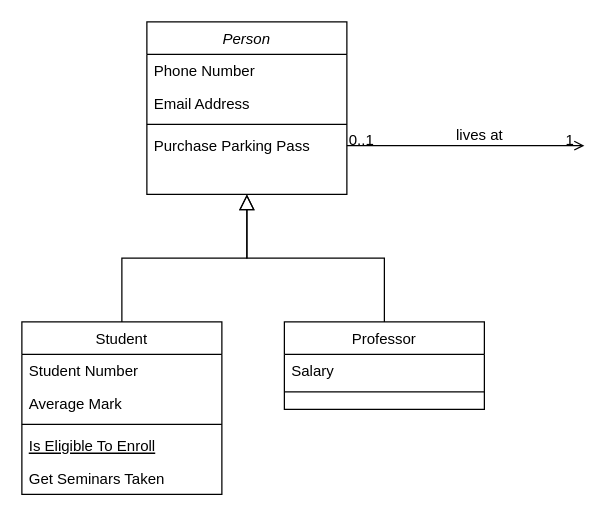
The draw.io diagram Class Diagram.drawio in Misterpetchz/Object_Oriented_Project, before the edit. Source tidied: cells renumbered, new cells numbered last; positions are measured from the earlier drawing's top-left corner, leaving out a move shared by most shapes. Both pictures are drawn from the tidied source at 125%, with x=0, y=0 at pixel (21, 21).
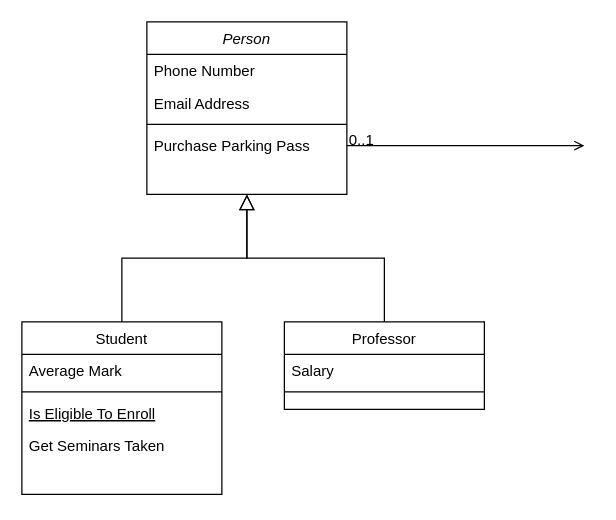
After the change.

The change refers to these unchanged cells:
```xml
<mxCell id="2" value="Person" style="swimlane;fontStyle=2;align=center;verticalAlign=top;horizontal=1;startSize=26;rounded=0;shadow=0;strokeWidth=1;" parent="1" vertex="1">
  <mxGeometry x="100" width="160" height="138" as="geometry" />
</mxCell>
<mxCell id="7" value="Student" style="swimlane;fontStyle=0;align=center;verticalAlign=top;horizontal=1;startSize=26;rounded=0;shadow=0;strokeWidth=1;" parent="1" vertex="1">
  <mxGeometry y="240" width="160" height="138" as="geometry" />
</mxCell>
<mxCell id="14" value="Professor" style="swimlane;fontStyle=0;align=center;verticalAlign=top;horizontal=1;startSize=26;rounded=0;shadow=0;strokeWidth=1;" parent="1" vertex="1">
  <mxGeometry x="210" y="240" width="160" height="70" as="geometry" />
</mxCell>
<mxCell id="18" style="endArrow=open;shadow=0;strokeWidth=1;rounded=0;endFill=1;edgeStyle=elbowEdgeStyle;elbow=vertical;" parent="1" edge="1" source="2">
  <mxGeometry x="0.5" y="41" relative="1" as="geometry">
    <mxPoint x="450" y="99" as="targetPoint" />
    <mxPoint x="-40" y="32" as="offset" />
  </mxGeometry>
</mxCell>
```

What changed in the source:
```diff
@@
-    <mxCell id="8" value="Student Number" style="text;align=left;verticalAlign=top;spacingLeft=4;spacingRight=4;overflow=hidden;" parent="7" vertex="1">
-      <mxGeometry y="26" width="160" height="26" as="geometry" />
-    </mxCell>
     <mxCell id="9" value="Average Mark" style="text;align=left;verticalAlign=top;spacingLeft=4;spacingRight=4;overflow=hidden;rounded=0;shadow=0;html=0;" parent="7" vertex="1">
-      <mxGeometry y="52" width="160" height="26" as="geometry" />
+      <mxGeometry y="26" width="160" height="26" as="geometry" />
     </mxCell>
     <mxCell id="10" style="line;html=1;strokeWidth=1;align=left;verticalAlign=middle;spacingTop=-1;spacingLeft=3;spacingRight=3;labelPosition=right;" parent="7" vertex="1">
-      <mxGeometry y="78" width="160" height="8" as="geometry" />
+      <mxGeometry y="52" width="160" height="8" as="geometry" />
     </mxCell>
     <mxCell id="11" value="Is Eligible To Enroll" style="text;align=left;verticalAlign=top;spacingLeft=4;spacingRight=4;overflow=hidden;fontStyle=4;" parent="7" vertex="1">
-      <mxGeometry y="86" width="160" height="26" as="geometry" />
+      <mxGeometry y="60" width="160" height="26" as="geometry" />
     </mxCell>
     <mxCell id="12" value="Get Seminars Taken" style="text;align=left;verticalAlign=top;spacingLeft=4;spacingRight=4;overflow=hidden;" parent="7" vertex="1">
-      <mxGeometry y="112" width="160" height="26" as="geometry" />
+      <mxGeometry y="86" width="160" height="26" as="geometry" />
     </mxCell>
@@
-    <mxCell id="17" style="endArrow=block;endSize=10;endFill=0;shadow=0;strokeWidth=1;rounded=0;edgeStyle=elbowEdgeStyle;elbow=vertical;" parent="1" edge="1" source="14" target="2">
-      <mxGeometry relative="1" as="geometry" />
+    <mxCell id="17" style="endArrow=block;endSize=10;endFill=0;shadow=0;strokeWidth=1;rounded=0;edgeStyle=elbowEdgeStyle;elbow=vertical;" parent="1" edge="1" source="14">
+      <mxGeometry relative="1" as="geometry">
+        <mxPoint x="180" y="138" as="targetPoint" />
+      </mxGeometry>
     </mxCell>
@@
-    <mxCell id="20" value="1" style="align=right;verticalAlign=bottom;labelBackgroundColor=none;fontSize=12;" parent="18" vertex="1">
-      <mxGeometry x="1" relative="1" as="geometry">
-        <mxPoint x="-7" y="4" as="offset" />
-      </mxGeometry>
-    </mxCell>
-    <mxCell id="21" value="lives at" style="text;html=1;align=center;verticalAlign=middle;labelBackgroundColor=none;rounded=0;shadow=0;strokeWidth=1;fontSize=12;" parent="18" vertex="1">
-      <mxGeometry x="0.5" y="49" relative="1" as="geometry">
-        <mxPoint x="-38" y="40" as="offset" />
-      </mxGeometry>
-    </mxCell>
```
